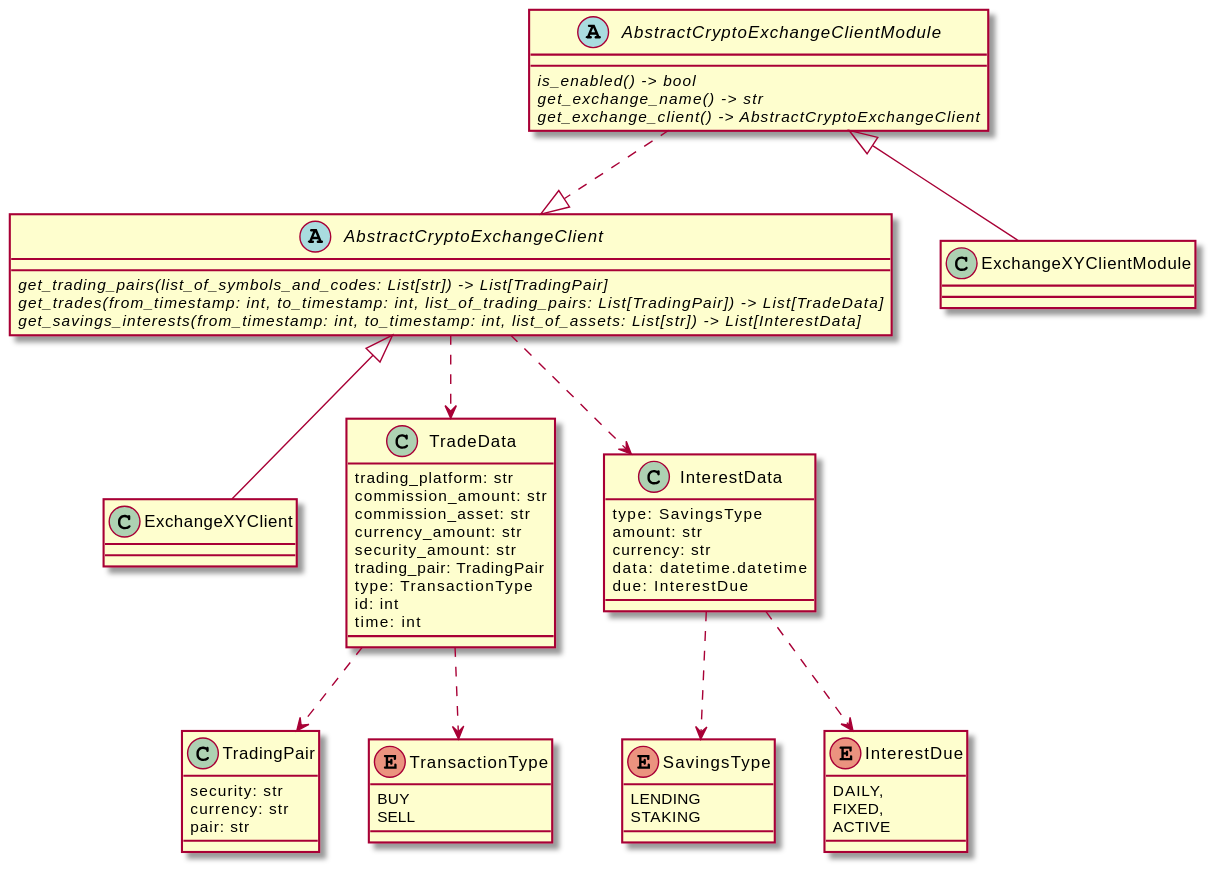
Earlier version of the PlantUML export plantuml/overview.svg (financelurker/crypto-trades-firefly-iii).
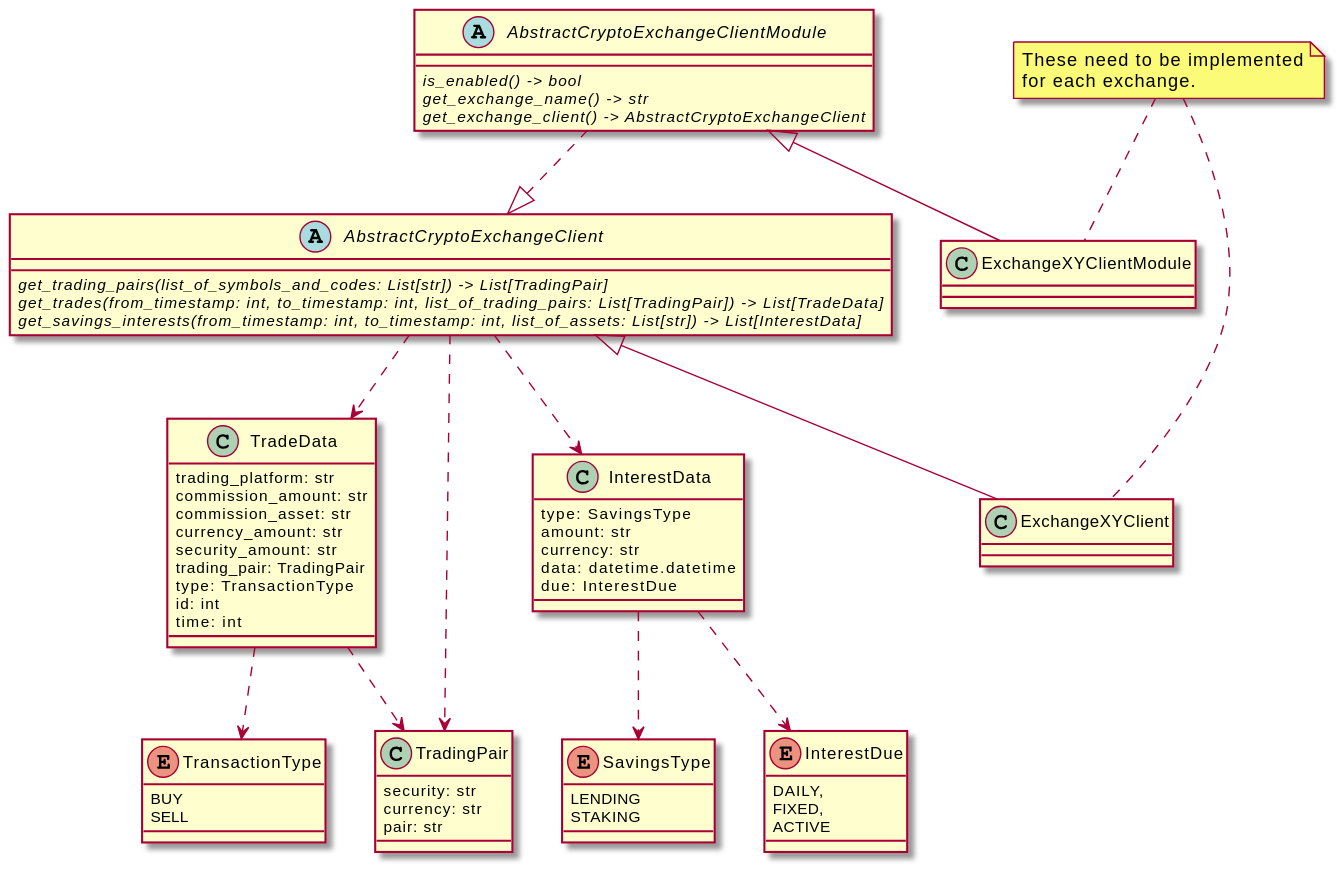
After the commit.

Commit message:
updated documentation for exchange client implementations

Change to the diagram source:
```diff
@@ -71,4 +71,10 @@
 
 AbstractCryptoExchangeClient ..> TradeData
 AbstractCryptoExchangeClient ..> InterestData
+AbstractCryptoExchangeClient ..> TradingPair
+
+note "These need to be implemented\nfor each exchange." as impl_note
+
+impl_note .. ExchangeXYClient
+impl_note .. ExchangeXYClientModule
 @enduml
```
